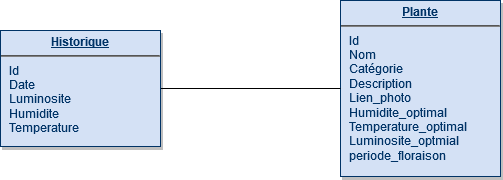
Earlier version of the draw.io export BDD/MCD.png (StevenD33/Plante_Connecte). Source tidied: cells renumbered, new cells last; positions are measured from the earlier drawing's top-left corner, leaving out a move shared by most shapes. Source of this version:
```xml
<mxGraphModel background="#ffffff">
  <root>
    <mxCell id="0" />
    <mxCell id="1" parent="0" />
    <mxCell id="2" value="&lt;p style=&quot;margin: 0px ; margin-top: 4px ; text-align: center ; text-decoration: underline&quot;&gt;&lt;strong&gt;Plante&lt;br&gt;&lt;/strong&gt;&lt;/p&gt;&lt;hr&gt;&lt;p style=&quot;margin: 0px ; margin-left: 8px&quot;&gt;Id&lt;br&gt;&lt;/p&gt;&lt;p style=&quot;margin: 0px ; margin-left: 8px&quot;&gt;Nom&lt;br&gt;&lt;/p&gt;&lt;p style=&quot;margin: 0px ; margin-left: 8px&quot;&gt;Catégorie&lt;br&gt;&lt;/p&gt;&lt;p style=&quot;margin: 0px ; margin-left: 8px&quot;&gt;Description&lt;/p&gt;&lt;p style=&quot;margin: 0px ; margin-left: 8px&quot;&gt;Lien_photo&lt;br&gt;&lt;/p&gt;&lt;p style=&quot;margin: 0px ; margin-left: 8px&quot;&gt;Humidite_optimal&lt;br&gt;&lt;/p&gt;&lt;p style=&quot;margin: 0px ; margin-left: 8px&quot;&gt;Temperature_optimal&lt;br&gt;&lt;/p&gt;&lt;p style=&quot;margin: 0px ; margin-left: 8px&quot;&gt;Luminosite_optmial&lt;br&gt;&lt;/p&gt;&lt;p style=&quot;margin: 0px ; margin-left: 8px&quot;&gt;periode_floraison&lt;br&gt;&lt;/p&gt;" style="verticalAlign=top;align=left;overflow=fill;fontSize=12;fontFamily=Helvetica;html=1;strokeColor=#003366;shadow=1;fillColor=#D4E1F5;fontColor=#003366;" parent="1" vertex="1">
      <mxGeometry x="340" width="160" height="176" as="geometry" />
    </mxCell>
    <mxCell id="3" style="endArrow=none;html=1;entryX=0;entryY=0.5;entryDx=0;entryDy=0;exitX=1;exitY=0.5;exitDx=0;exitDy=0;" parent="1" edge="1" source="4" target="2">
      <mxGeometry relative="1" as="geometry" />
    </mxCell>
    <mxCell id="4" value="&lt;p style=&quot;margin: 0px ; margin-top: 4px ; text-align: center ; text-decoration: underline&quot;&gt;&lt;strong&gt;Historique&lt;br&gt;&lt;/strong&gt;&lt;/p&gt;&lt;hr&gt;&lt;p style=&quot;margin: 0px ; margin-left: 8px&quot;&gt;Id&lt;br&gt;&lt;/p&gt;&lt;p style=&quot;margin: 0px ; margin-left: 8px&quot;&gt;Date&lt;br&gt;&lt;/p&gt;&lt;p style=&quot;margin: 0px ; margin-left: 8px&quot;&gt;Luminosite&lt;br&gt;&lt;/p&gt;&lt;p style=&quot;margin: 0px ; margin-left: 8px&quot;&gt;Humidite&lt;br&gt;&lt;/p&gt;&lt;p style=&quot;margin: 0px ; margin-left: 8px&quot;&gt;Temperature&lt;br&gt;&lt;/p&gt;" style="verticalAlign=top;align=left;overflow=fill;fontSize=12;fontFamily=Helvetica;html=1;strokeColor=#003366;shadow=1;fillColor=#D4E1F5;fontColor=#003366;" parent="1" vertex="1">
      <mxGeometry y="30" width="160" height="116" as="geometry" />
    </mxCell>
  </root>
</mxGraphModel>
```
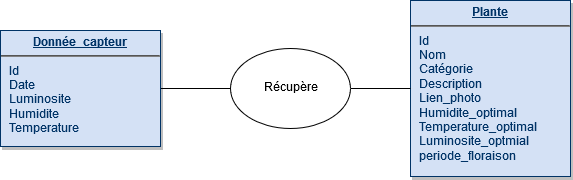
After the commit.

Commit message:
Modif MCD

What changed in the source:
```diff
@@ -8,8 +8,11 @@
     <mxCell id="3" style="endArrow=none;html=1;entryX=0;entryY=0.5;entryDx=0;entryDy=0;exitX=1;exitY=0.5;exitDx=0;exitDy=0;" parent="1" edge="1" source="4" target="2">
       <mxGeometry relative="1" as="geometry" />
     </mxCell>
-    <mxCell id="4" value="&lt;p style=&quot;margin: 0px ; margin-top: 4px ; text-align: center ; text-decoration: underline&quot;&gt;&lt;strong&gt;Historique&lt;br&gt;&lt;/strong&gt;&lt;/p&gt;&lt;hr&gt;&lt;p style=&quot;margin: 0px ; margin-left: 8px&quot;&gt;Id&lt;br&gt;&lt;/p&gt;&lt;p style=&quot;margin: 0px ; margin-left: 8px&quot;&gt;Date&lt;br&gt;&lt;/p&gt;&lt;p style=&quot;margin: 0px ; margin-left: 8px&quot;&gt;Luminosite&lt;br&gt;&lt;/p&gt;&lt;p style=&quot;margin: 0px ; margin-left: 8px&quot;&gt;Humidite&lt;br&gt;&lt;/p&gt;&lt;p style=&quot;margin: 0px ; margin-left: 8px&quot;&gt;Temperature&lt;br&gt;&lt;/p&gt;" style="verticalAlign=top;align=left;overflow=fill;fontSize=12;fontFamily=Helvetica;html=1;strokeColor=#003366;shadow=1;fillColor=#D4E1F5;fontColor=#003366;" parent="1" vertex="1">
-      <mxGeometry y="30" width="160" height="116" as="geometry" />
+    <mxCell id="4" value="&lt;p style=&quot;margin: 0px ; margin-top: 4px ; text-align: center ; text-decoration: underline&quot;&gt;&lt;strong&gt;Donnée_capteur&lt;br&gt;&lt;/strong&gt;&lt;/p&gt;&lt;hr&gt;&lt;p style=&quot;margin: 0px ; margin-left: 8px&quot;&gt;Id&lt;br&gt;&lt;/p&gt;&lt;p style=&quot;margin: 0px ; margin-left: 8px&quot;&gt;Date&lt;br&gt;&lt;/p&gt;&lt;p style=&quot;margin: 0px ; margin-left: 8px&quot;&gt;Luminosite&lt;br&gt;&lt;/p&gt;&lt;p style=&quot;margin: 0px ; margin-left: 8px&quot;&gt;Humidite&lt;br&gt;&lt;/p&gt;&lt;p style=&quot;margin: 0px ; margin-left: 8px&quot;&gt;Temperature&lt;br&gt;&lt;/p&gt;" style="verticalAlign=top;align=left;overflow=fill;fontSize=12;fontFamily=Helvetica;html=1;strokeColor=#003366;shadow=1;fillColor=#D4E1F5;fontColor=#003366;" parent="1" vertex="1">
+      <mxGeometry x="-70" y="30" width="160" height="116" as="geometry" />
     </mxCell>
+    <mxCell id="5" value="Récupère" style="ellipse;whiteSpace=wrap;html=1;" parent="1" vertex="1">
+      <mxGeometry x="160" y="48" width="120" height="80" as="geometry" />
+    </mxCell>
   </root>
 </mxGraphModel>
```
